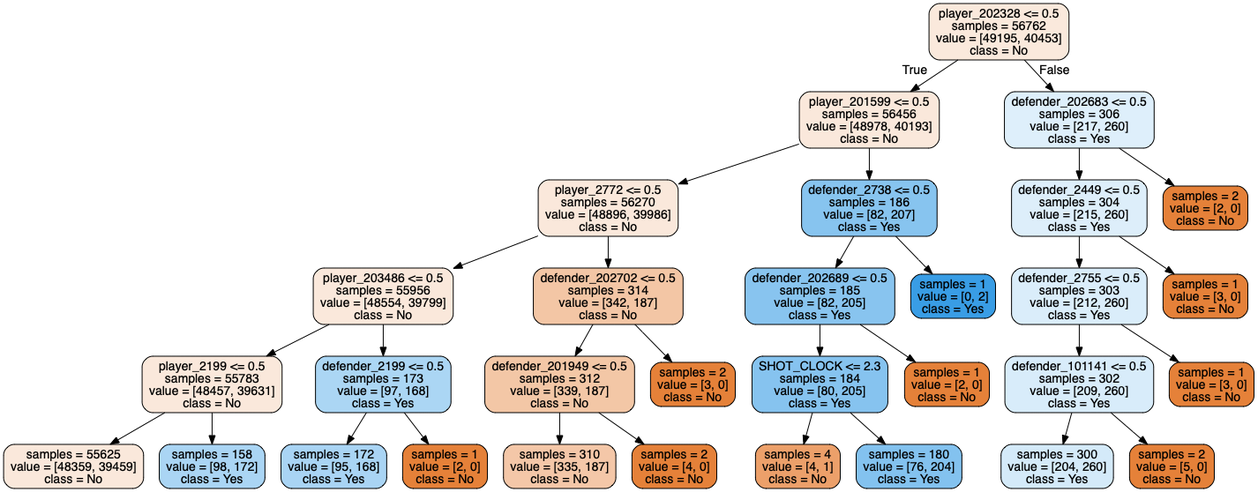
Earlier version of the Graphviz export forest_tree_new1.png (tianyi5309/303project). Its source is kept beside it as forest_tree_new1.dot.
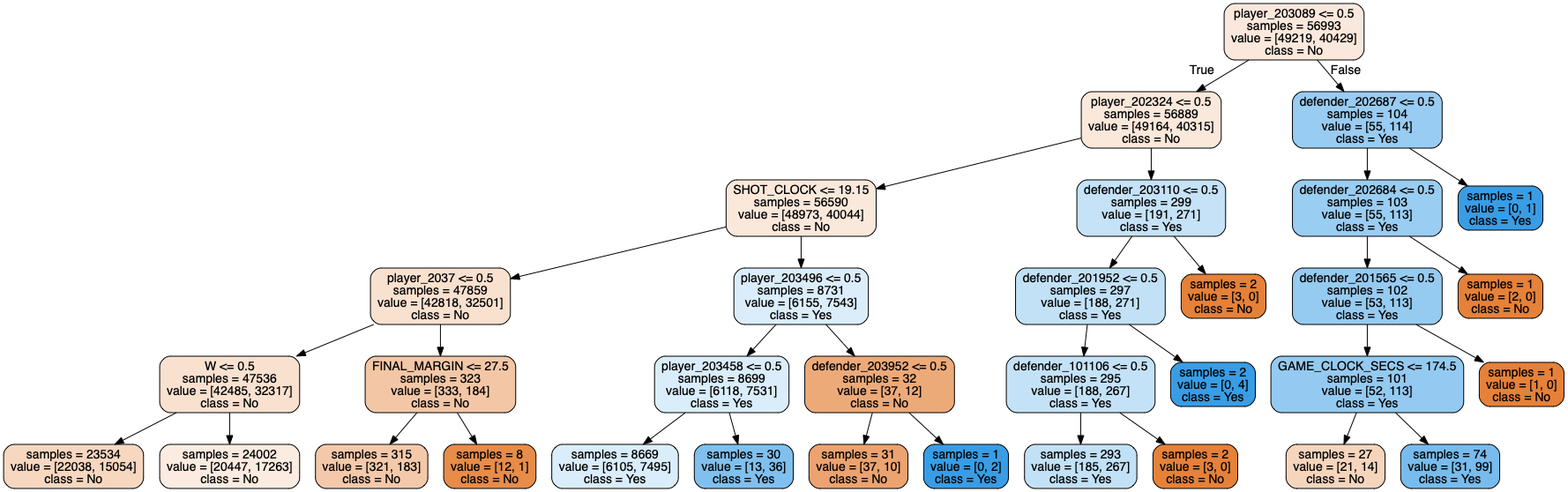
After the change.

The edit, as a diff of the source:
```diff
@@ -1,65 +1,69 @@
 digraph Tree {
 node [shape=box, style="filled, rounded", color="black", fontname=helvetica] ;
 edge [fontname=helvetica] ;
-0 [label="player_202328 <= 0.5\nsamples = 56762\nvalue = [49195, 40453]\nclass = No", fillcolor="#fae9dc"] ;
-1 [label="player_201599 <= 0.5\nsamples = 56456\nvalue = [48978, 40193]\nclass = No", fillcolor="#fae8db"] ;
+0 [label="player_203089 <= 0.5\nsamples = 56993\nvalue = [49219, 40429]\nclass = No", fillcolor="#fae8dc"] ;
+1 [label="player_202324 <= 0.5\nsamples = 56889\nvalue = [49164, 40315]\nclass = No", fillcolor="#fae8db"] ;
 0 -> 1 [labeldistance=2.5, labelangle=45, headlabel="True"] ;
-2 [label="player_2772 <= 0.5\nsamples = 56270\nvalue = [48896, 39986]\nclass = No", fillcolor="#fae8db"] ;
+2 [label="SHOT_CLOCK <= 19.15\nsamples = 56590\nvalue = [48973, 40044]\nclass = No", fillcolor="#fae8db"] ;
 1 -> 2 ;
-3 [label="player_203486 <= 0.5\nsamples = 55956\nvalue = [48554, 39799]\nclass = No", fillcolor="#fae8db"] ;
+3 [label="player_2037 <= 0.5\nsamples = 47859\nvalue = [42818, 32501]\nclass = No", fillcolor="#f9e1cf"] ;
 2 -> 3 ;
-4 [label="player_2199 <= 0.5\nsamples = 55783\nvalue = [48457, 39631]\nclass = No", fillcolor="#fae8db"] ;
+4 [label="W <= 0.5\nsamples = 47536\nvalue = [42485, 32317]\nclass = No", fillcolor="#f9e1d0"] ;
 3 -> 4 ;
-5 [label="samples = 55625\nvalue = [48359, 39459]\nclass = No", fillcolor="#fae8db"] ;
+5 [label="samples = 23534\nvalue = [22038, 15054]\nclass = No", fillcolor="#f7d7c0"] ;
 4 -> 5 ;
-6 [label="samples = 158\nvalue = [98, 172]\nclass = Yes", fillcolor="#aad5f4"] ;
+6 [label="samples = 24002\nvalue = [20447, 17263]\nclass = No", fillcolor="#fbebe0"] ;
 4 -> 6 ;
-7 [label="defender_2199 <= 0.5\nsamples = 173\nvalue = [97, 168]\nclass = Yes", fillcolor="#abd6f4"] ;
+7 [label="FINAL_MARGIN <= 27.5\nsamples = 323\nvalue = [333, 184]\nclass = No", fillcolor="#f3c7a6"] ;
 3 -> 7 ;
-8 [label="samples = 172\nvalue = [95, 168]\nclass = Yes", fillcolor="#a9d4f4"] ;
+8 [label="samples = 315\nvalue = [321, 183]\nclass = No", fillcolor="#f4c9aa"] ;
 7 -> 8 ;
-9 [label="samples = 1\nvalue = [2, 0]\nclass = No", fillcolor="#e58139"] ;
+9 [label="samples = 8\nvalue = [12, 1]\nclass = No", fillcolor="#e78c49"] ;
 7 -> 9 ;
-10 [label="defender_202702 <= 0.5\nsamples = 314\nvalue = [342, 187]\nclass = No", fillcolor="#f3c6a5"] ;
+10 [label="player_203496 <= 0.5\nsamples = 8731\nvalue = [6155, 7543]\nclass = Yes", fillcolor="#dbedfa"] ;
 2 -> 10 ;
-11 [label="defender_201949 <= 0.5\nsamples = 312\nvalue = [339, 187]\nclass = No", fillcolor="#f3c7a6"] ;
+11 [label="player_203458 <= 0.5\nsamples = 8699\nvalue = [6118, 7531]\nclass = Yes", fillcolor="#daedfa"] ;
 10 -> 11 ;
-12 [label="samples = 310\nvalue = [335, 187]\nclass = No", fillcolor="#f4c7a8"] ;
+12 [label="samples = 8669\nvalue = [6105, 7495]\nclass = Yes", fillcolor="#daedfa"] ;
 11 -> 12 ;
-13 [label="samples = 2\nvalue = [4, 0]\nclass = No", fillcolor="#e58139"] ;
+13 [label="samples = 30\nvalue = [13, 36]\nclass = Yes", fillcolor="#80c0ee"] ;
 11 -> 13 ;
-14 [label="samples = 2\nvalue = [3, 0]\nclass = No", fillcolor="#e58139"] ;
+14 [label="defender_203952 <= 0.5\nsamples = 32\nvalue = [37, 12]\nclass = No", fillcolor="#edaa79"] ;
 10 -> 14 ;
-15 [label="defender_2738 <= 0.5\nsamples = 186\nvalue = [82, 207]\nclass = Yes", fillcolor="#87c4ef"] ;
-1 -> 15 ;
-16 [label="defender_202689 <= 0.5\nsamples = 185\nvalue = [82, 205]\nclass = Yes", fillcolor="#88c4ef"] ;
-15 -> 16 ;
-17 [label="SHOT_CLOCK <= 2.3\nsamples = 184\nvalue = [80, 205]\nclass = Yes", fillcolor="#86c3ef"] ;
-16 -> 17 ;
-18 [label="samples = 4\nvalue = [4, 1]\nclass = No", fillcolor="#eca06a"] ;
+15 [label="samples = 31\nvalue = [37, 10]\nclass = No", fillcolor="#eca36f"] ;
+14 -> 15 ;
+16 [label="samples = 1\nvalue = [0, 2]\nclass = Yes", fillcolor="#399de5"] ;
+14 -> 16 ;
+17 [label="defender_203110 <= 0.5\nsamples = 299\nvalue = [191, 271]\nclass = Yes", fillcolor="#c5e2f7"] ;
+1 -> 17 ;
+18 [label="defender_201952 <= 0.5\nsamples = 297\nvalue = [188, 271]\nclass = Yes", fillcolor="#c2e1f7"] ;
 17 -> 18 ;
-19 [label="samples = 180\nvalue = [76, 204]\nclass = Yes", fillcolor="#83c2ef"] ;
-17 -> 19 ;
-20 [label="samples = 1\nvalue = [2, 0]\nclass = No", fillcolor="#e58139"] ;
-16 -> 20 ;
-21 [label="samples = 1\nvalue = [0, 2]\nclass = Yes", fillcolor="#399de5"] ;
-15 -> 21 ;
-22 [label="defender_202683 <= 0.5\nsamples = 306\nvalue = [217, 260]\nclass = Yes", fillcolor="#deeffb"] ;
-0 -> 22 [labeldistance=2.5, labelangle=-45, headlabel="False"] ;
-23 [label="defender_2449 <= 0.5\nsamples = 304\nvalue = [215, 260]\nclass = Yes", fillcolor="#ddeefa"] ;
-22 -> 23 ;
-24 [label="defender_2755 <= 0.5\nsamples = 303\nvalue = [212, 260]\nclass = Yes", fillcolor="#daedfa"] ;
-23 -> 24 ;
-25 [label="defender_101141 <= 0.5\nsamples = 302\nvalue = [209, 260]\nclass = Yes", fillcolor="#d8ecfa"] ;
+19 [label="defender_101106 <= 0.5\nsamples = 295\nvalue = [188, 267]\nclass = Yes", fillcolor="#c4e2f7"] ;
+18 -> 19 ;
+20 [label="samples = 293\nvalue = [185, 267]\nclass = Yes", fillcolor="#c2e1f7"] ;
+19 -> 20 ;
+21 [label="samples = 2\nvalue = [3, 0]\nclass = No", fillcolor="#e58139"] ;
+19 -> 21 ;
+22 [label="samples = 2\nvalue = [0, 4]\nclass = Yes", fillcolor="#399de5"] ;
+18 -> 22 ;
+23 [label="samples = 2\nvalue = [3, 0]\nclass = No", fillcolor="#e58139"] ;
+17 -> 23 ;
+24 [label="defender_202687 <= 0.5\nsamples = 104\nvalue = [55, 114]\nclass = Yes", fillcolor="#99ccf2"] ;
+0 -> 24 [labeldistance=2.5, labelangle=-45, headlabel="False"] ;
+25 [label="defender_202684 <= 0.5\nsamples = 103\nvalue = [55, 113]\nclass = Yes", fillcolor="#99cdf2"] ;
 24 -> 25 ;
-26 [label="samples = 300\nvalue = [204, 260]\nclass = Yes", fillcolor="#d4eaf9"] ;
+26 [label="defender_201565 <= 0.5\nsamples = 102\nvalue = [53, 113]\nclass = Yes", fillcolor="#96cbf1"] ;
 25 -> 26 ;
-27 [label="samples = 2\nvalue = [5, 0]\nclass = No", fillcolor="#e58139"] ;
-25 -> 27 ;
-28 [label="samples = 1\nvalue = [3, 0]\nclass = No", fillcolor="#e58139"] ;
-24 -> 28 ;
-29 [label="samples = 1\nvalue = [3, 0]\nclass = No", fillcolor="#e58139"] ;
-23 -> 29 ;
-30 [label="samples = 2\nvalue = [2, 0]\nclass = No", fillcolor="#e58139"] ;
-22 -> 30 ;
+27 [label="GAME_CLOCK_SECS <= 174.5\nsamples = 101\nvalue = [52, 113]\nclass = Yes", fillcolor="#94caf1"] ;
+26 -> 27 ;
+28 [label="samples = 27\nvalue = [21, 14]\nclass = No", fillcolor="#f6d5bd"] ;
+27 -> 28 ;
+29 [label="samples = 74\nvalue = [31, 99]\nclass = Yes", fillcolor="#77bced"] ;
+27 -> 29 ;
+30 [label="samples = 1\nvalue = [1, 0]\nclass = No", fillcolor="#e58139"] ;
+26 -> 30 ;
+31 [label="samples = 1\nvalue = [2, 0]\nclass = No", fillcolor="#e58139"] ;
+25 -> 31 ;
+32 [label="samples = 1\nvalue = [0, 1]\nclass = Yes", fillcolor="#399de5"] ;
+24 -> 32 ;
 }
```
